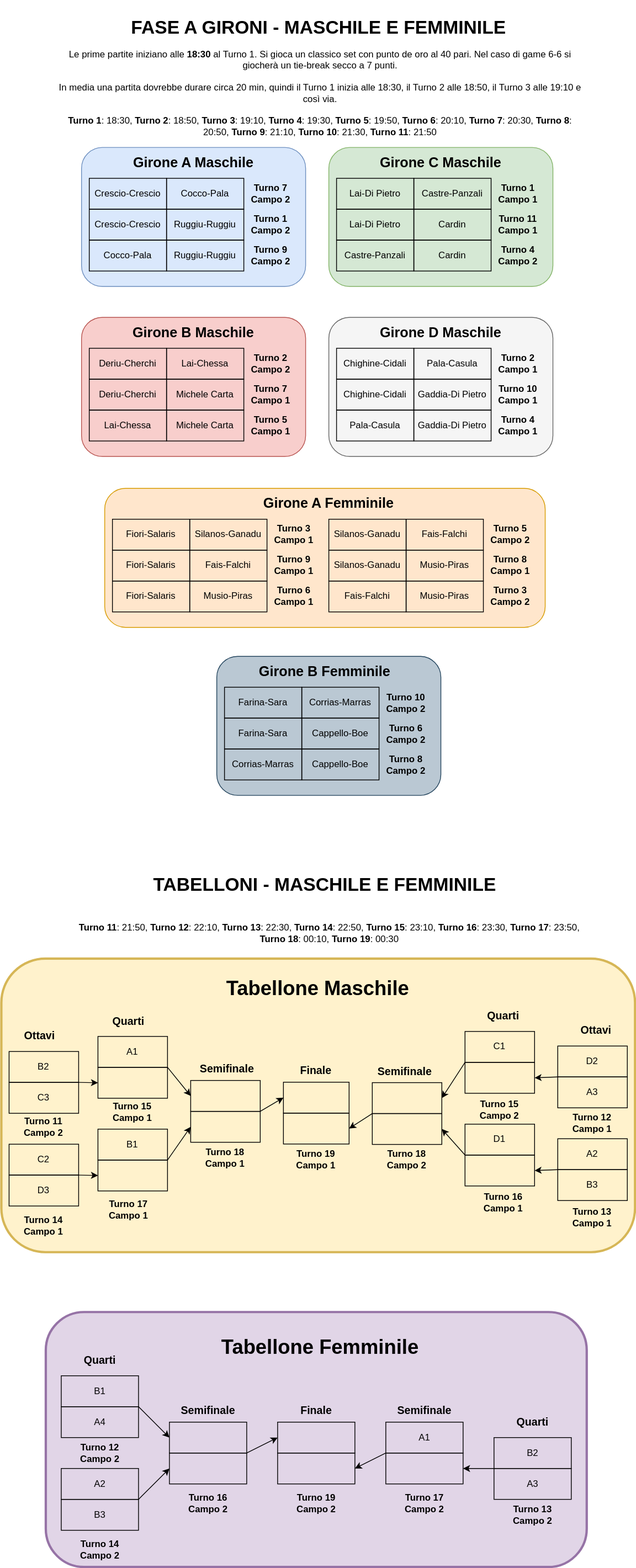
Above: torneo-padel-2024/tabellone.svg in cscalaresu/tornei (draw.io), before the change. Source tidied: cells renumbered, new cells last; positions are measured from the earlier drawing's top-left corner, leaving out a move shared by most shapes.
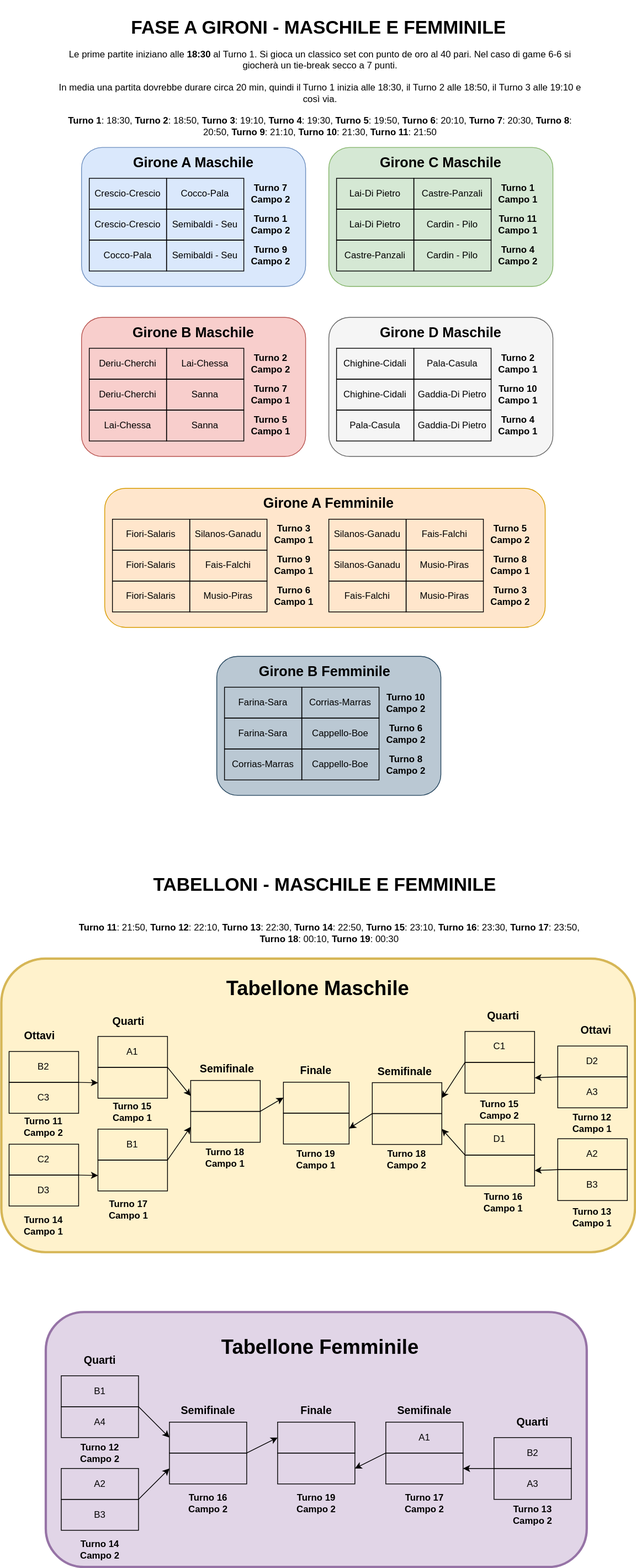
Above is the later version.

Commit message:
changed torneo padel 2024

Diff of the diagram source:
```diff
@@ -38,13 +38,13 @@
     <mxCell id="13" value="Crescio-Crescio" style="rounded=0;whiteSpace=wrap;html=1;fillColor=none;" parent="1" vertex="1">
       <mxGeometry x="114" y="270" width="100" height="40" as="geometry" />
     </mxCell>
-    <mxCell id="14" value="Ruggiu-Ruggiu" style="rounded=0;whiteSpace=wrap;html=1;fillColor=none;" parent="1" vertex="1">
+    <mxCell id="14" value="Semibaldi - Seu" style="rounded=0;whiteSpace=wrap;html=1;fillColor=none;" parent="1" vertex="1">
       <mxGeometry x="214" y="270" width="100" height="40" as="geometry" />
     </mxCell>
     <mxCell id="15" value="Cocco-Pala" style="rounded=0;whiteSpace=wrap;html=1;fillColor=none;" parent="1" vertex="1">
       <mxGeometry x="114" y="310" width="100" height="40" as="geometry" />
     </mxCell>
-    <mxCell id="16" value="Ruggiu-Ruggiu" style="rounded=0;whiteSpace=wrap;html=1;fillColor=none;" parent="1" vertex="1">
+    <mxCell id="16" value="Semibaldi - Seu" style="rounded=0;whiteSpace=wrap;html=1;fillColor=none;" parent="1" vertex="1">
       <mxGeometry x="214" y="310" width="100" height="40" as="geometry" />
     </mxCell>
     <mxCell id="17" value="&lt;b&gt;&lt;font style=&quot;font-size: 18px;&quot;&gt;Girone A Maschile&lt;br&gt;&lt;/font&gt;&lt;/b&gt;" style="text;html=1;align=center;verticalAlign=middle;whiteSpace=wrap;rounded=0;" parent="1" vertex="1">
@@ -59,13 +59,13 @@
     <mxCell id="20" value="Deriu-Cherchi" style="rounded=0;whiteSpace=wrap;html=1;fillColor=none;" parent="1" vertex="1">
       <mxGeometry x="114" y="490" width="100" height="40" as="geometry" />
     </mxCell>
-    <mxCell id="21" value="Michele Carta" style="rounded=0;whiteSpace=wrap;html=1;fillColor=none;" parent="1" vertex="1">
+    <mxCell id="21" value="Sanna" style="rounded=0;whiteSpace=wrap;html=1;fillColor=none;" parent="1" vertex="1">
       <mxGeometry x="214" y="490" width="100" height="40" as="geometry" />
     </mxCell>
     <mxCell id="22" value="Lai-Chessa" style="rounded=0;whiteSpace=wrap;html=1;fillColor=none;" parent="1" vertex="1">
       <mxGeometry x="114" y="530" width="100" height="40" as="geometry" />
     </mxCell>
-    <mxCell id="23" value="Michele Carta" style="rounded=0;whiteSpace=wrap;html=1;fillColor=none;" parent="1" vertex="1">
+    <mxCell id="23" value="Sanna" style="rounded=0;whiteSpace=wrap;html=1;fillColor=none;" parent="1" vertex="1">
       <mxGeometry x="214" y="530" width="100" height="40" as="geometry" />
     </mxCell>
     <mxCell id="24" value="&lt;b&gt;&lt;font style=&quot;font-size: 18px;&quot;&gt;Girone B Maschile&lt;br&gt;&lt;/font&gt;&lt;/b&gt;" style="text;html=1;align=center;verticalAlign=middle;whiteSpace=wrap;rounded=0;" parent="1" vertex="1">
@@ -80,13 +80,13 @@
     <mxCell id="27" value="Lai-Di Pietro" style="rounded=0;whiteSpace=wrap;html=1;fillColor=none;" parent="1" vertex="1">
       <mxGeometry x="434" y="270" width="100" height="40" as="geometry" />
     </mxCell>
-    <mxCell id="28" value="Cardin" style="rounded=0;whiteSpace=wrap;html=1;fillColor=none;" parent="1" vertex="1">
+    <mxCell id="28" value="Cardin - Pilo" style="rounded=0;whiteSpace=wrap;html=1;fillColor=none;" parent="1" vertex="1">
       <mxGeometry x="534" y="270" width="100" height="40" as="geometry" />
     </mxCell>
     <mxCell id="29" value="Castre-Panzali" style="rounded=0;whiteSpace=wrap;html=1;fillColor=none;" parent="1" vertex="1">
       <mxGeometry x="434" y="310" width="100" height="40" as="geometry" />
     </mxCell>
-    <mxCell id="30" value="Cardin" style="rounded=0;whiteSpace=wrap;html=1;fillColor=none;" parent="1" vertex="1">
+    <mxCell id="30" value="Cardin - Pilo" style="rounded=0;whiteSpace=wrap;html=1;fillColor=none;" parent="1" vertex="1">
       <mxGeometry x="534" y="310" width="100" height="40" as="geometry" />
     </mxCell>
     <mxCell id="31" value="&lt;b&gt;&lt;font style=&quot;font-size: 18px;&quot;&gt;Girone C Maschile&lt;br&gt;&lt;/font&gt;&lt;/b&gt;" style="text;html=1;align=center;verticalAlign=middle;whiteSpace=wrap;rounded=0;" parent="1" vertex="1">
```
